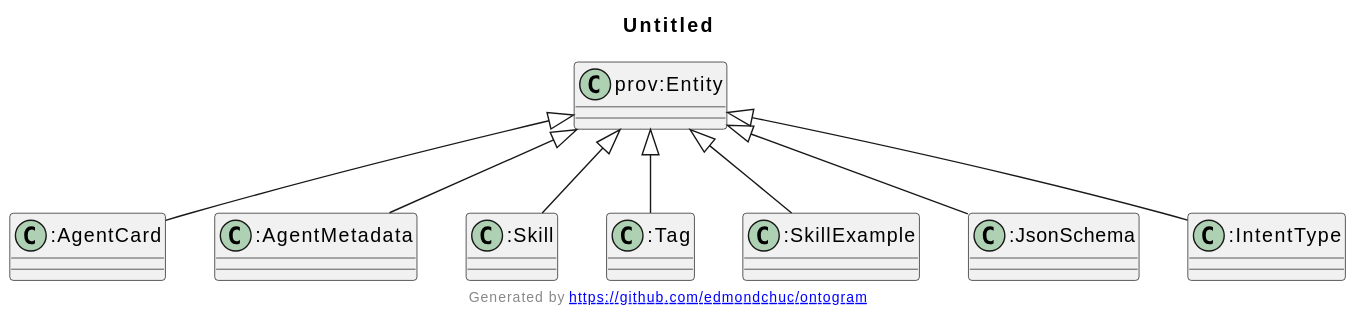
Agentic-Trust-Layer/agent-explorer keeps this PlantUML diagram as docs/ontology/images/sections/skills-declarations.svg. Above is the earlier version.
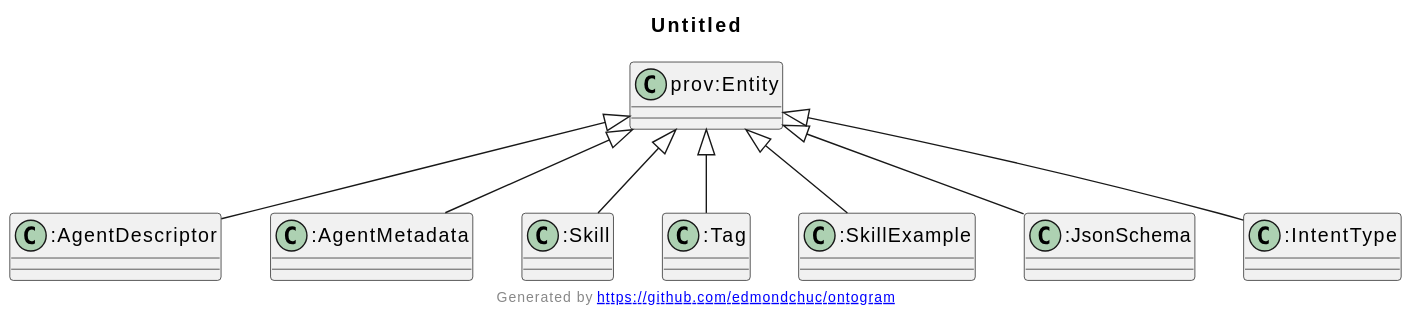
After the commit.

The edit, as a diff of the source:
```diff
@@ -1,6 +1,6 @@
 @startuml
 title Untitled
-"prov:Entity" <|-- ":AgentCard"
+"prov:Entity" <|-- ":AgentDescriptor"
 "prov:Entity" <|-- ":AgentMetadata"
 "prov:Entity" <|-- ":Skill"
 "prov:Entity" <|-- ":Tag"
@@ -9,7 +9,7 @@
 "prov:Entity" <|-- ":IntentType"
 Class "prov:Entity" [[http://www.w3.org/ns/prov#Entity]] {
 }
-Class ":AgentCard" [[https://www.agentictrust.io/ontology/agentictrust#AgentCard]] {
+Class ":AgentDescriptor" [[https://www.agentictrust.io/ontology/agentictrust#AgentDescriptor]] {
 }
 Class ":AgentMetadata" [[https://www.agentictrust.io/ontology/agentictrust#AgentMetadata]] {
 }
```
